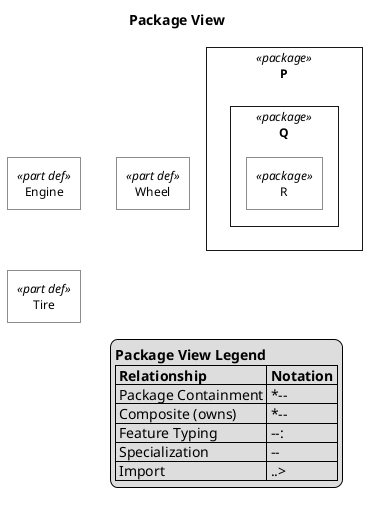
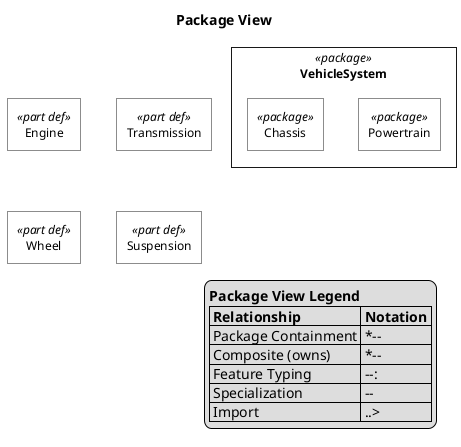
- '' Package View
- '' Package hierarchy with nested rectangles showing package containment.
@startuml

skinparam monochrome true
skinparam wrapWidth 300
skinparam defaultFontSize 12
skinparam defaultFontName Helvetica

skinparam rectangle<<package>> {
    RoundCorner 0
    BackgroundColor white
}
skinparam rectangle<<part def>> {
    RoundCorner 0
    BackgroundColor white
}
skinparam rectangle<<part>> {
    RoundCorner 15
    BackgroundColor white
}
skinparam rectangle<<item def>> {
    RoundCorner 0
    BackgroundColor white
}
skinparam rectangle<<item>> {
    RoundCorner 15
    BackgroundColor white
}
skinparam rectangle<<action def>> {
    RoundCorner 0
    BackgroundColor white
}
skinparam rectangle<<action>> {
    RoundCorner 15
    BackgroundColor white
}
skinparam rectangle<<attribute def>> {
    RoundCorner 0
    BackgroundColor white
}
skinparam rectangle<<attribute>> {
    RoundCorner 15
    BackgroundColor white
}
skinparam rectangle<<requirement def>> {
    RoundCorner 0
    BackgroundColor white
}
skinparam rectangle<<requirement>> {
    RoundCorner 15
    BackgroundColor white
}
skinparam rectangle<<view def>> {
    RoundCorner 0
    BackgroundColor white
}
skinparam rectangle<<view>> {
    RoundCorner 15
    BackgroundColor white
}
skinparam folder<<view def>> {
    RoundCorner 0
    BackgroundColor white
}
skinparam folder<<view>> {
    RoundCorner 15
    BackgroundColor white
}

top to bottom direction

title Package View

hide circle

- rectangle "P" as E4 <<package>> {
- rectangle "Q" as E5 <<package>> {
- rectangle "R" as E6 <<package>>
- }
+ rectangle "VehicleSystem" as E5 <<package>> {
+ rectangle "Powertrain" as E6 <<package>>
+ rectangle "Chassis" as E7 <<package>>
}
rectangle "Engine" as E1 <<part def>>
- rectangle "Wheel" as E2 <<part def>>
- rectangle "Tire" as E3 <<part def>>
+ rectangle "Transmission" as E2 <<part def>>
+ rectangle "Wheel" as E3 <<part def>>
+ rectangle "Suspension" as E4 <<part def>>


legend right
  <b>Package View Legend</b>
  |= Relationship |= Notation |
  | Package Containment | *-- |
  | Composite (owns) | *-- |
  | Feature Typing | --:|> |
  | Specialization | --|> |
  | Import | ..> |
endlegend

@enduml